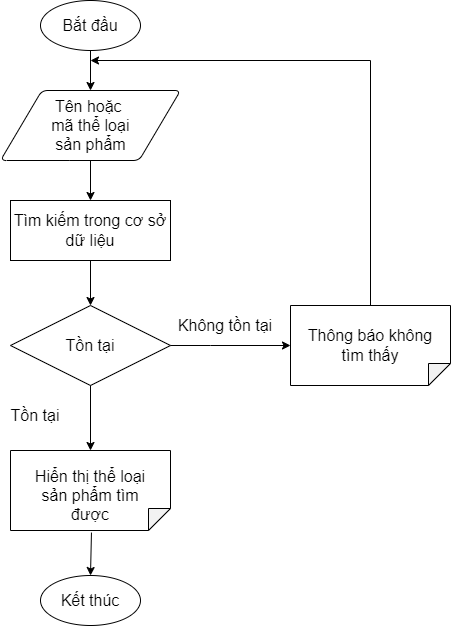
The draw.io diagram BRD & PRD/PRD/Image/WorkflowSearchClassify.png in hungtadasuke/CoffeShop_SoftwareTechnology, before a commit. Source tidied: cells renumbered, new cells last; positions are measured from the earlier drawing's top-left corner, leaving out a move shared by most shapes.
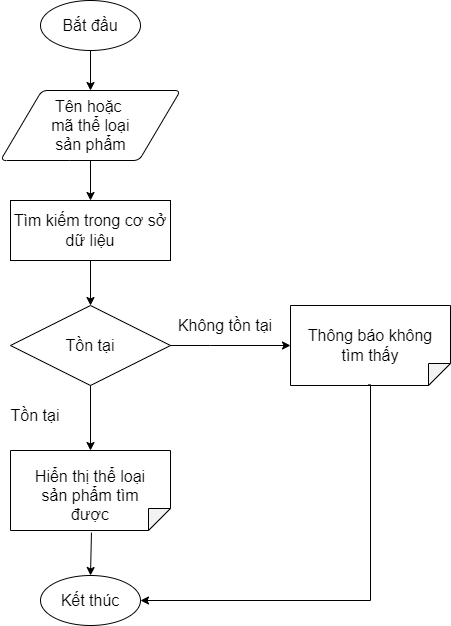
Later version of the same file.

Diff of the diagram source:
```diff
@@ -8,22 +8,22 @@
     <mxCell id="3" value="&lt;span style=&quot;font-size: 16px;&quot;&gt;&lt;font style=&quot;font-size: 16px;&quot;&gt;Bắt đầu&lt;/font&gt;&lt;/span&gt;" style="text;html=1;strokeColor=none;fillColor=none;align=center;verticalAlign=middle;whiteSpace=wrap;rounded=0;strokeWidth=1;fontStyle=0;fontSize=16;" parent="1" vertex="1">
       <mxGeometry x="60" y="10" width="60" height="30" as="geometry" />
     </mxCell>
-    <mxCell id="4" style="endArrow=classic;html=1;rounded=0;fontSize=16;exitX=0.5;exitY=1;exitDx=0;exitDy=0;exitPerimeter=0;fontStyle=0;strokeWidth=1;" parent="1" edge="1" source="2">
-      <mxGeometry relative="1" as="geometry">
-        <mxPoint x="90" y="90" as="targetPoint" />
-      </mxGeometry>
-    </mxCell>
+    <mxCell id="22" style="endArrow=classic;html=1;rounded=0;fontSize=16;exitX=0.5;exitY=1;exitDx=0;exitDy=0;exitPerimeter=0;fontStyle=0;strokeWidth=1;" parent="1" edge="1" source="2">
+      <mxGeometry relative="1" as="geometry">
+        <mxPoint x="90" y="90" as="targetPoint" />
+      </mxGeometry>
+    </mxCell>
     <mxCell id="5" style="shape=parallelogram;html=1;strokeWidth=1;perimeter=parallelogramPerimeter;whiteSpace=wrap;rounded=1;arcSize=12;size=0.23;fontSize=16;fontStyle=0;" parent="1" vertex="1">
       <mxGeometry y="90" width="180" height="70" as="geometry" />
     </mxCell>
     <mxCell id="6" value="Tên hoặc&amp;nbsp;&lt;br&gt;&amp;nbsp;mã&lt;font style=&quot;font-size: 16px&quot;&gt;&lt;span lang=&quot;VI&quot; style=&quot;line-height: 107%&quot;&gt;&amp;nbsp;thể loại&lt;/span&gt;&lt;/font&gt;&lt;span style=&quot;font-size: 13pt ; line-height: 107%&quot;&gt;&amp;nbsp;&lt;/span&gt;&lt;br&gt;sản phẩm" style="text;html=1;strokeColor=none;fillColor=none;align=center;verticalAlign=middle;whiteSpace=wrap;rounded=0;fontSize=16;fontStyle=0;strokeWidth=1;" parent="1" vertex="1">
       <mxGeometry x="32.5" y="100" width="115" height="50" as="geometry" />
     </mxCell>
-    <mxCell id="7" style="endArrow=classic;html=1;rounded=0;fontSize=16;strokeWidth=1;entryX=0.5;entryY=0;entryDx=0;entryDy=0;" parent="1" edge="1" target="20">
-      <mxGeometry relative="1" as="geometry">
-        <mxPoint x="90" y="160" as="sourcePoint" />
-      </mxGeometry>
-    </mxCell>
+    <mxCell id="23" style="endArrow=classic;html=1;rounded=0;fontSize=16;strokeWidth=1;entryX=0.5;entryY=0;entryDx=0;entryDy=0;" parent="1" edge="1" target="20">
+      <mxGeometry relative="1" as="geometry">
+        <mxPoint x="90" y="160" as="sourcePoint" />
+      </mxGeometry>
+    </mxCell>
     <mxCell id="8" value="Tồn tại" style="rhombus;whiteSpace=wrap;html=1;fontSize=16;strokeWidth=1;" parent="1" vertex="1">
       <mxGeometry x="10" y="305" width="160" height="80" as="geometry" />
     </mxCell>
@@ -54,14 +54,14 @@
     <mxCell id="17" value="Thông báo không tìm thấy" style="text;html=1;strokeColor=none;fillColor=none;align=center;verticalAlign=middle;whiteSpace=wrap;rounded=0;fontSize=16;fontStyle=0;strokeWidth=1;" parent="1" vertex="1">
       <mxGeometry x="305" y="330" width="130" height="30" as="geometry" />
     </mxCell>
-    <mxCell id="18" style="edgeStyle=segmentEdgeStyle;endArrow=classic;html=1;rounded=0;exitX=0;exitY=0.5;exitDx=0;exitDy=0;exitPerimeter=0;" parent="1" edge="1" source="16">
-      <mxGeometry relative="1" as="geometry">
-        <mxPoint x="90" y="60" as="targetPoint" />
-        <Array as="points">
-          <mxPoint x="370" y="60" />
-        </Array>
-      </mxGeometry>
-    </mxCell>
+    <mxCell id="24" style="edgeStyle=segmentEdgeStyle;endArrow=classic;html=1;rounded=0;entryX=1;entryY=0.5;entryDx=0;entryDy=0;entryPerimeter=0;exitX=0.992;exitY=0.515;exitDx=0;exitDy=0;exitPerimeter=0;" parent="1" edge="1" source="16" target="15">
+      <mxGeometry relative="1" as="geometry">
+        <Array as="points">
+          <mxPoint x="370" y="384" />
+          <mxPoint x="370" y="600" />
+        </Array>
+      </mxGeometry>
+    </mxCell>
     <mxCell id="19" style="edgeStyle=segmentEdgeStyle;endArrow=classic;html=1;rounded=0;exitX=1;exitY=0.5;exitDx=0;exitDy=0;entryX=0.5;entryY=1;entryDx=0;entryDy=0;entryPerimeter=0;" parent="1" edge="1" source="8" target="16">
       <mxGeometry relative="1" as="geometry">
         <Array as="points">
```
